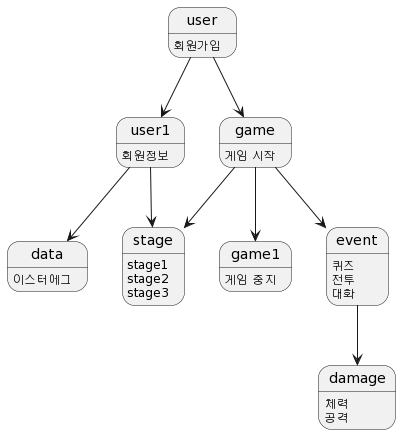
Above: UML/state.png in leehj24/software_prj (PlantUML), before the change. Its source is kept beside it as UML/state.pu.
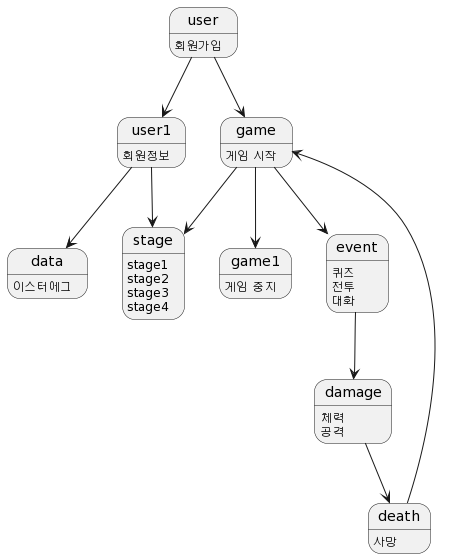
After the change.

Commit message:
상태 다이어그램 수정

Change to the diagram source:
```diff
@@ -13,9 +13,13 @@
 user1 --> data
 game --> event
 event --> damage
+damage --> death
+death --> game
+
 state stage : stage1
 state stage : stage2
 state stage : stage3
+state stage : stage4
 
 state event: 퀴즈
 state event: 전투
@@ -24,4 +28,6 @@
 state damage : 체력
 state damage : 공격
 
+state death : 사망
+
 @enduml
```
